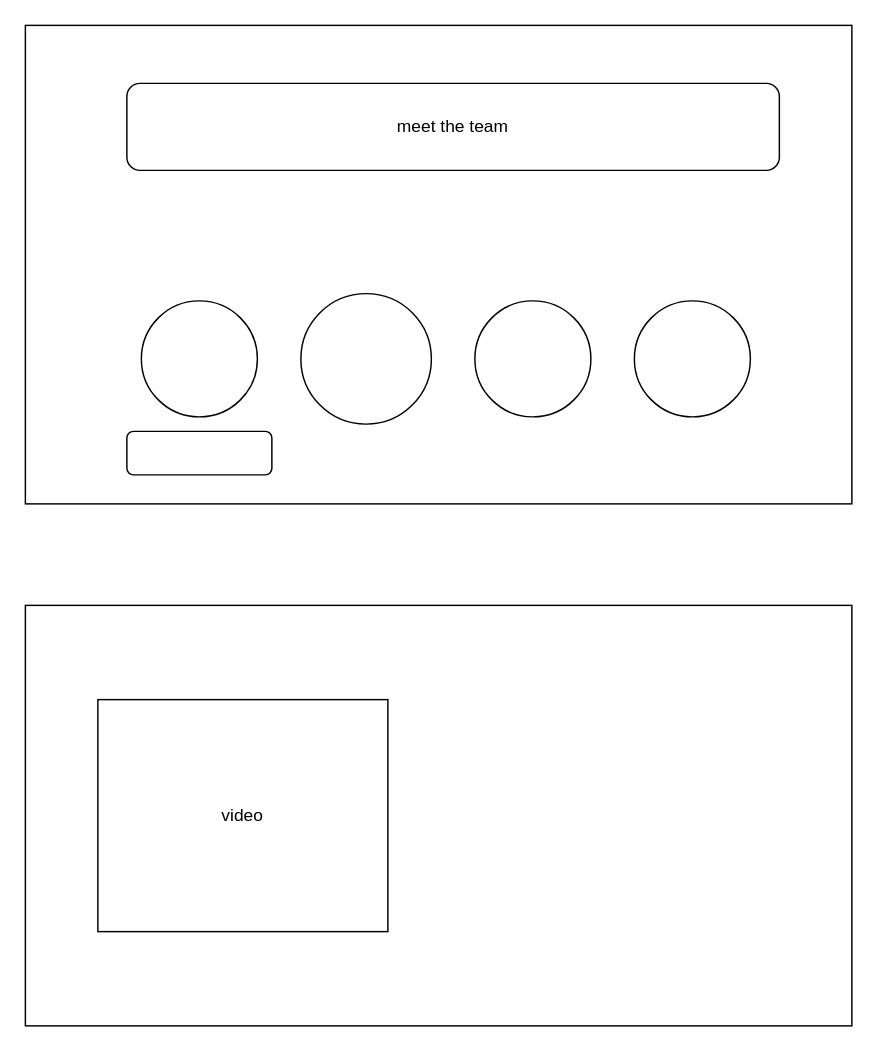
Above: page "Page-1" (1 of 2) of wireframes/test.drawio in KeinoC/Doppleganger (draw.io), before the change. Source tidied: cells renumbered, new cells numbered last; positions are measured from the earlier drawing's top-left corner, leaving out a move shared by most shapes. Both pictures are drawn from the tidied source at 145%, with x=0, y=0 at pixel (25, 25).
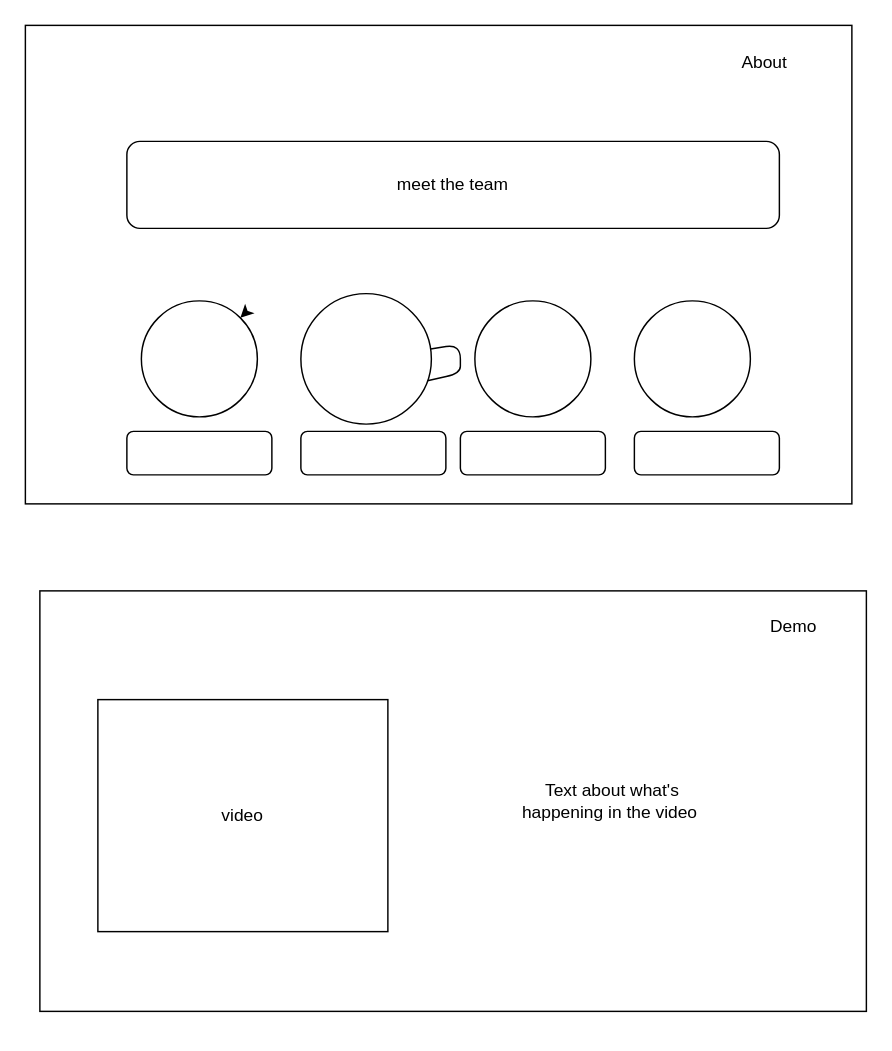
After the change.

Commit message:
wire frame changes

Diff of the diagram source:
```diff
@@
 <mxGraphModel>
   <root>
     <mxCell id="0" />
     <mxCell id="1" parent="0" />
     <mxCell id="2" style="rounded=0;whiteSpace=wrap;html=1;" parent="1" vertex="1">
       <mxGeometry width="570" height="330" as="geometry" />
     </mxCell>
     <mxCell id="3" style="ellipse;whiteSpace=wrap;html=1;" parent="1" vertex="1">
       <mxGeometry x="80" y="190" width="80" height="80" as="geometry" />
     </mxCell>
+    <mxCell id="11" style="edgeStyle=none;html=1;entryX=0;entryY=1;entryDx=0;entryDy=0;" parent="1" edge="1" source="4" target="4">
+      <mxGeometry relative="1" as="geometry" />
+    </mxCell>
     <mxCell id="4" style="ellipse;whiteSpace=wrap;html=1;" parent="1" vertex="1">
       <mxGeometry x="190" y="185" width="90" height="90" as="geometry" />
     </mxCell>
     <mxCell id="5" style="ellipse;whiteSpace=wrap;html=1;" parent="1" vertex="1">
       <mxGeometry x="310" y="190" width="80" height="80" as="geometry" />
     </mxCell>
     <mxCell id="6" style="ellipse;whiteSpace=wrap;html=1;" parent="1" vertex="1">
       <mxGeometry x="420" y="190" width="80" height="80" as="geometry" />
     </mxCell>
     <mxCell id="7" style="rounded=1;whiteSpace=wrap;html=1;" parent="1" vertex="1">
       <mxGeometry x="70" y="280" width="100" height="30" as="geometry" />
     </mxCell>
     <mxCell id="8" value="meet the team" style="rounded=1;whiteSpace=wrap;html=1;" parent="1" vertex="1">
-      <mxGeometry x="70" y="40" width="450" height="60" as="geometry" />
+      <mxGeometry x="70" y="80" width="450" height="60" as="geometry" />
     </mxCell>
     <mxCell id="9" style="rounded=0;whiteSpace=wrap;html=1;" parent="1" vertex="1">
-      <mxGeometry y="400" width="570" height="290" as="geometry" />
+      <mxGeometry x="10" y="390" width="570" height="290" as="geometry" />
     </mxCell>
     <mxCell id="10" value="video" style="rounded=0;whiteSpace=wrap;html=1;" parent="1" vertex="1">
       <mxGeometry x="50" y="465" width="200" height="160" as="geometry" />
     </mxCell>
+    <mxCell id="12" value="Text about what's happening in the video&amp;nbsp;" style="text;strokeColor=none;align=center;fillColor=none;html=1;verticalAlign=middle;whiteSpace=wrap;rounded=0;" parent="1" vertex="1">
+      <mxGeometry x="330" y="490" width="150" height="90" as="geometry" />
+    </mxCell>
+    <mxCell id="13" value="About" style="text;strokeColor=none;align=center;fillColor=none;html=1;verticalAlign=middle;whiteSpace=wrap;rounded=0;" parent="1" vertex="1">
+      <mxGeometry x="480" y="11" width="60" height="30" as="geometry" />
+    </mxCell>
+    <mxCell id="14" value="Demo" style="text;strokeColor=none;align=center;fillColor=none;html=1;verticalAlign=middle;whiteSpace=wrap;rounded=0;" parent="1" vertex="1">
+      <mxGeometry x="500" y="400" width="60" height="30" as="geometry" />
+    </mxCell>
+    <mxCell id="15" style="edgeStyle=none;html=1;" parent="1" edge="1" target="3">
+      <mxGeometry relative="1" as="geometry">
+        <mxPoint x="150" y="200" as="sourcePoint" />
+      </mxGeometry>
+    </mxCell>
+    <mxCell id="16" style="rounded=1;whiteSpace=wrap;html=1;" parent="1" vertex="1">
+      <mxGeometry x="190" y="280" width="100" height="30" as="geometry" />
+    </mxCell>
+    <mxCell id="17" style="rounded=1;whiteSpace=wrap;html=1;" parent="1" vertex="1">
+      <mxGeometry x="300" y="280" width="100" height="30" as="geometry" />
+    </mxCell>
+    <mxCell id="18" style="rounded=1;whiteSpace=wrap;html=1;" parent="1" vertex="1">
+      <mxGeometry x="420" y="280" width="100" height="30" as="geometry" />
+    </mxCell>
   </root>
 </mxGraphModel>
```
